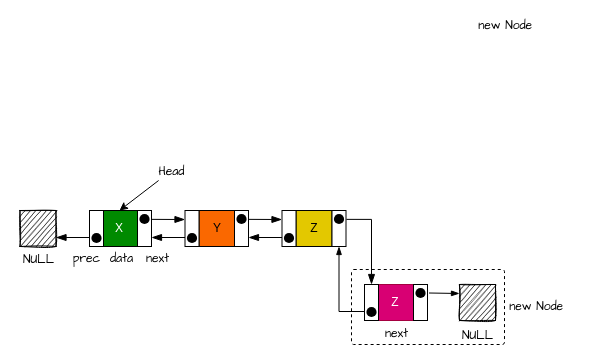
This is page "图1-6" (6 of 8) of doc/2022-07-30-array-list.drawio from fuzhengwei/java-algorithms, a draw.io file, before an edit. Source tidied: cells renumbered, new cells numbered last; positions are measured from the earlier drawing's top-left corner, leaving out a move shared by most shapes. Both pictures are drawn from the tidied source at 100%, with x=0, y=0 at pixel (17, 17).
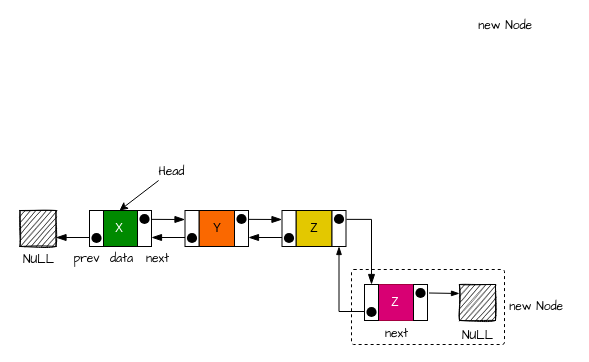
Above is the later version.

The edit, as a diff of the source:
```diff
@@
-    <mxCell id="27" value="prec" style="text;html=1;align=center;verticalAlign=middle;strokeColor=none;fillColor=none;fontFamily=Comic Sans MS;" parent="1" vertex="1">
-      <mxGeometry x="51.5" y="232.5" width="35" height="18" as="geometry" />
+    <mxCell id="27" value="prev" style="text;html=1;align=center;verticalAlign=middle;strokeColor=none;fillColor=none;fontFamily=Comic Sans MS;" parent="1" vertex="1">
+      <mxGeometry x="47.5" y="228.5" width="43" height="26" as="geometry" />
     </mxCell>
```
